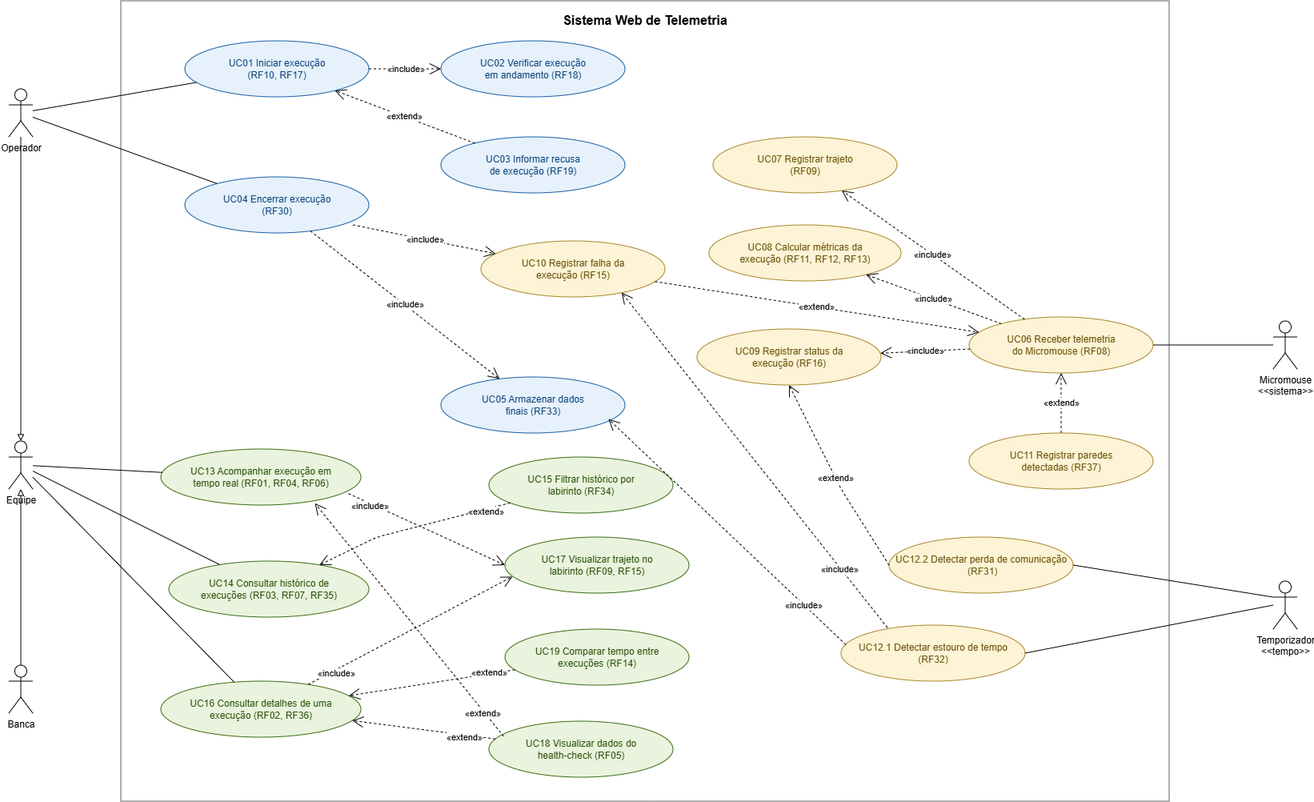
Above: docs/figs/diagrama-casos-de-uso-Sistema-Web-de-Telemetria.png in fcte-pi1/2026_2_PI1_Grupo01_Juliana (draw.io), before the change. Source tidied: cells renumbered, new cells last; positions are measured from the earlier drawing's top-left corner, leaving out a move shared by most shapes.
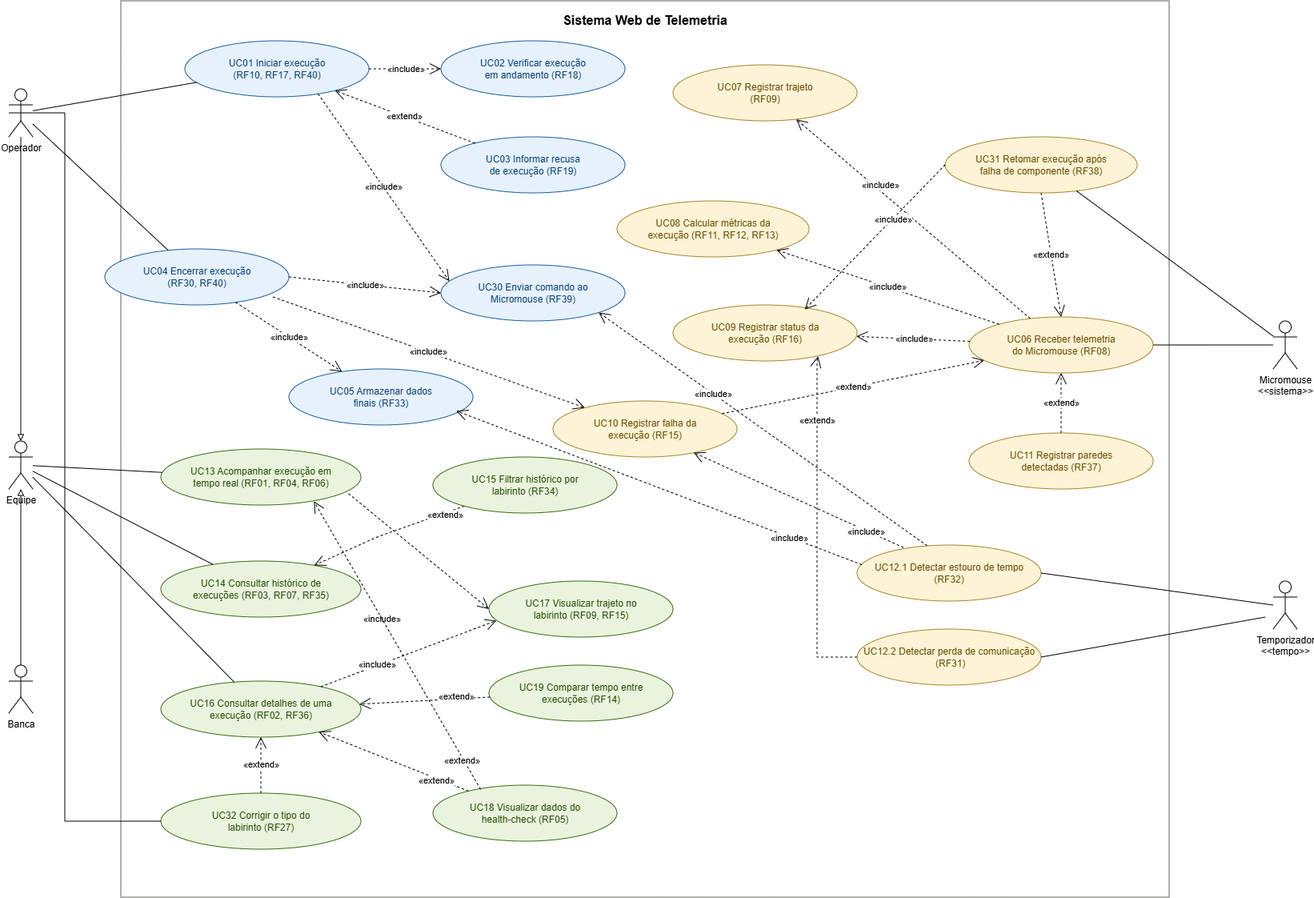
After the change.

Commit message:
docs: atualizar diagrama de casos de uso com os RF38 a RF42

The edit, as a diff of the source:
```diff
@@ -3,7 +3,7 @@
     <mxCell id="0" />
     <mxCell id="1" parent="0" />
     <mxCell id="2" value="Sistema Web de Telemetria" style="rounded=0;whiteSpace=wrap;html=1;fillColor=none;verticalAlign=top;fontStyle=1;fontSize=16;spacingTop=8;strokeColor=#5F5E5A;" parent="1" vertex="1">
-      <mxGeometry x="140" width="1310" height="1000" as="geometry" />
+      <mxGeometry x="140" width="1310" height="1120" as="geometry" />
     </mxCell>
     <mxCell id="3" value="Operador" style="shape=umlActor;verticalLabelPosition=bottom;verticalAlign=top;html=1;outlineConnect=0;" parent="1" vertex="1">
       <mxGeometry y="110" width="30" height="60" as="geometry" />
@@ -17,7 +17,7 @@
     <mxCell id="6" value="Micromouse&lt;br&gt;&amp;lt;&amp;lt;sistema&amp;gt;&amp;gt;" style="shape=umlActor;verticalLabelPosition=bottom;verticalAlign=top;html=1;outlineConnect=0;" parent="1" vertex="1">
       <mxGeometry x="1580" y="400" width="30" height="60" as="geometry" />
     </mxCell>
-    <mxCell id="7" value="UC01 Iniciar execução&lt;br&gt;(RF10, RF17)" style="ellipse;whiteSpace=wrap;html=1;fillColor=#E6F1FB;strokeColor=#185FA5;fontColor=#0C447C;fontSize=12;" parent="1" vertex="1">
+    <mxCell id="7" value="UC01 Iniciar execução&lt;br&gt;(RF10, RF17, RF40)" style="ellipse;whiteSpace=wrap;html=1;fillColor=#E6F1FB;strokeColor=#185FA5;fontColor=#0C447C;fontSize=12;" parent="1" vertex="1">
       <mxGeometry x="220" y="50" width="230" height="70" as="geometry" />
     </mxCell>
     <mxCell id="8" value="UC02 Verificar execução&lt;br&gt;em andamento (RF18)" style="ellipse;whiteSpace=wrap;html=1;fillColor=#E6F1FB;strokeColor=#185FA5;fontColor=#0C447C;fontSize=12;" parent="1" vertex="1">
@@ -26,26 +26,32 @@
     <mxCell id="9" value="UC03 Informar recusa&lt;br&gt;de execução (RF19)" style="ellipse;whiteSpace=wrap;html=1;fillColor=#E6F1FB;strokeColor=#185FA5;fontColor=#0C447C;fontSize=12;" parent="1" vertex="1">
       <mxGeometry x="540" y="170" width="230" height="70" as="geometry" />
     </mxCell>
-    <mxCell id="10" value="UC04 Encerrar execução&lt;br&gt;(RF30)" style="ellipse;whiteSpace=wrap;html=1;fillColor=#E6F1FB;strokeColor=#185FA5;fontColor=#0C447C;fontSize=12;" parent="1" vertex="1">
-      <mxGeometry x="220" y="220" width="230" height="70" as="geometry" />
+    <mxCell id="10" value="UC04 Encerrar execução&lt;br&gt;(RF30, RF40)" style="ellipse;whiteSpace=wrap;html=1;fillColor=#E6F1FB;strokeColor=#185FA5;fontColor=#0C447C;fontSize=12;" parent="1" vertex="1">
+      <mxGeometry x="120" y="310" width="230" height="70" as="geometry" />
     </mxCell>
+    <mxCell id="58" value="UC30 Enviar comando ao&lt;br&gt;Micromouse (RF39)" style="ellipse;whiteSpace=wrap;html=1;fillColor=#E6F1FB;strokeColor=#185FA5;fontColor=#0C447C;fontSize=12;" parent="1" vertex="1">
+      <mxGeometry x="540" y="330" width="230" height="70" as="geometry" />
+    </mxCell>
     <mxCell id="11" value="UC05 Armazenar dados&lt;br&gt;finais (RF33)" style="ellipse;whiteSpace=wrap;html=1;fillColor=#E6F1FB;strokeColor=#185FA5;fontColor=#0C447C;fontSize=12;" parent="1" vertex="1">
-      <mxGeometry x="540" y="470" width="230" height="70" as="geometry" />
+      <mxGeometry x="350" y="460" width="230" height="70" as="geometry" />
     </mxCell>
     <mxCell id="12" value="UC06 Receber telemetria&lt;br&gt;do Micromouse (RF08)" style="ellipse;whiteSpace=wrap;html=1;fillColor=#FDF3D6;strokeColor=#A8862B;fontColor=#6B5307;fontSize=12;" parent="1" vertex="1">
       <mxGeometry x="1200" y="395" width="230" height="70" as="geometry" />
     </mxCell>
+    <mxCell id="59" value="UC31 Retomar execução após&lt;br&gt;falha de componente (RF38)" style="ellipse;whiteSpace=wrap;html=1;fillColor=#FDF3D6;strokeColor=#A8862B;fontColor=#6B5307;fontSize=12;" parent="1" vertex="1">
+      <mxGeometry x="1170" y="170" width="240" height="70" as="geometry" />
+    </mxCell>
     <mxCell id="13" value="UC07 Registrar trajeto&lt;br&gt;(RF09)" style="ellipse;whiteSpace=wrap;html=1;fillColor=#FDF3D6;strokeColor=#A8862B;fontColor=#6B5307;fontSize=12;" parent="1" vertex="1">
-      <mxGeometry x="880" y="170" width="230" height="70" as="geometry" />
+      <mxGeometry x="830" y="80" width="230" height="70" as="geometry" />
     </mxCell>
     <mxCell id="14" value="UC08 Calcular métricas da&lt;br&gt;execução (RF11, RF12, RF13)" style="ellipse;whiteSpace=wrap;html=1;fillColor=#FDF3D6;strokeColor=#A8862B;fontColor=#6B5307;fontSize=12;" parent="1" vertex="1">
-      <mxGeometry x="875" y="280" width="240" height="70" as="geometry" />
+      <mxGeometry x="760" y="250" width="240" height="70" as="geometry" />
     </mxCell>
     <mxCell id="15" value="UC09 Registrar status da&lt;br&gt;execução (RF16)" style="ellipse;whiteSpace=wrap;html=1;fillColor=#FDF3D6;strokeColor=#A8862B;fontColor=#6B5307;fontSize=12;" parent="1" vertex="1">
-      <mxGeometry x="860" y="410" width="230" height="70" as="geometry" />
+      <mxGeometry x="830" y="380" width="230" height="70" as="geometry" />
     </mxCell>
     <mxCell id="16" value="UC10 Registrar falha da&lt;br&gt;execução (RF15)" style="ellipse;whiteSpace=wrap;html=1;fillColor=#FDF3D6;strokeColor=#A8862B;fontColor=#6B5307;fontSize=12;" parent="1" vertex="1">
-      <mxGeometry x="590" y="300" width="230" height="70" as="geometry" />
+      <mxGeometry x="680" y="500" width="230" height="70" as="geometry" />
     </mxCell>
     <mxCell id="17" value="UC11 Registrar paredes&lt;br&gt;detectadas (RF37)" style="ellipse;whiteSpace=wrap;html=1;fillColor=#FDF3D6;strokeColor=#A8862B;fontColor=#6B5307;fontSize=12;" parent="1" vertex="1">
       <mxGeometry x="1200" y="540" width="230" height="70" as="geometry" />
@@ -54,22 +60,25 @@
       <mxGeometry x="190" y="560" width="250" height="70" as="geometry" />
     </mxCell>
     <mxCell id="19" value="UC14 Consultar histórico de&lt;br&gt;execuções (RF03, RF07, RF35)" style="ellipse;whiteSpace=wrap;html=1;fillColor=#EAF3DE;strokeColor=#3B6D11;fontColor=#2A5108;fontSize=12;" parent="1" vertex="1">
-      <mxGeometry x="200" y="700" width="250" height="70" as="geometry" />
+      <mxGeometry x="190" y="700" width="250" height="70" as="geometry" />
     </mxCell>
     <mxCell id="20" value="UC15 Filtrar histórico por&lt;br&gt;labirinto (RF34)" style="ellipse;whiteSpace=wrap;html=1;fillColor=#EAF3DE;strokeColor=#3B6D11;fontColor=#2A5108;fontSize=12;" parent="1" vertex="1">
-      <mxGeometry x="600" y="570" width="230" height="70" as="geometry" />
+      <mxGeometry x="530" y="570" width="230" height="70" as="geometry" />
     </mxCell>
     <mxCell id="21" value="UC16 Consultar detalhes de uma&lt;br&gt;execução (RF02, RF36)" style="ellipse;whiteSpace=wrap;html=1;fillColor=#EAF3DE;strokeColor=#3B6D11;fontColor=#2A5108;fontSize=12;" parent="1" vertex="1">
       <mxGeometry x="190" y="850" width="250" height="70" as="geometry" />
     </mxCell>
+    <mxCell id="60" value="UC32 Corrigir o tipo do&lt;br&gt;labirinto (RF27)" style="ellipse;whiteSpace=wrap;html=1;fillColor=#EAF3DE;strokeColor=#3B6D11;fontColor=#2A5108;fontSize=12;" parent="1" vertex="1">
+      <mxGeometry x="190" y="990" width="250" height="70" as="geometry" />
+    </mxCell>
     <mxCell id="22" value="UC17 Visualizar trajeto no&lt;br&gt;labirinto (RF09, RF15)" style="ellipse;whiteSpace=wrap;html=1;fillColor=#EAF3DE;strokeColor=#3B6D11;fontColor=#2A5108;fontSize=12;" parent="1" vertex="1">
-      <mxGeometry x="620" y="670" width="230" height="70" as="geometry" />
+      <mxGeometry x="600" y="725" width="230" height="70" as="geometry" />
     </mxCell>
     <mxCell id="23" value="UC18 Visualizar dados do&lt;br&gt;health-check (RF05)" style="ellipse;whiteSpace=wrap;html=1;fillColor=#EAF3DE;strokeColor=#3B6D11;fontColor=#2A5108;fontSize=12;" parent="1" vertex="1">
-      <mxGeometry x="600" y="900" width="230" height="70" as="geometry" />
+      <mxGeometry x="530" y="980" width="230" height="70" as="geometry" />
     </mxCell>
     <mxCell id="24" value="UC19 Comparar tempo entre&lt;br&gt;execuções (RF14)" style="ellipse;whiteSpace=wrap;html=1;fillColor=#EAF3DE;strokeColor=#3B6D11;fontColor=#2A5108;fontSize=12;" parent="1" vertex="1">
-      <mxGeometry x="620" y="785" width="230" height="70" as="geometry" />
+      <mxGeometry x="600" y="830" width="230" height="70" as="geometry" />
     </mxCell>
     <mxCell id="25" style="endArrow=none;html=1;edgeStyle=none;" parent="1" edge="1" source="3" target="7">
       <mxGeometry relative="1" as="geometry" />
@@ -89,6 +98,17 @@
     <mxCell id="30" style="endArrow=none;html=1;edgeStyle=none;" parent="1" edge="1" source="6" target="12">
       <mxGeometry relative="1" as="geometry" />
     </mxCell>
+    <mxCell id="61" style="endArrow=none;html=1;edgeStyle=none;" parent="1" edge="1" source="6" target="59">
+      <mxGeometry relative="1" as="geometry" />
+    </mxCell>
+    <mxCell id="62" style="endArrow=none;html=1;edgeStyle=orthogonalEdgeStyle;rounded=0;exitX=0;exitY=0.5;exitDx=0;exitDy=0;entryX=0;entryY=0.5;entryDx=0;entryDy=0;" parent="1" edge="1" source="3" target="60">
+      <mxGeometry relative="1" as="geometry">
+        <Array as="points">
+          <mxPoint x="70" y="140" />
+          <mxPoint x="70" y="1025" />
+        </Array>
+      </mxGeometry>
+    </mxCell>
     <mxCell id="31" style="endArrow=block;endFill=0;html=1;edgeStyle=none;" parent="1" edge="1" source="5" target="4">
       <mxGeometry relative="1" as="geometry" />
     </mxCell>
@@ -101,8 +121,17 @@
     <mxCell id="34" value="«include»" style="endArrow=open;endSize=12;dashed=1;html=1;edgeStyle=none;fontSize=11;" parent="1" edge="1" source="10" target="11">
       <mxGeometry relative="1" as="geometry" />
     </mxCell>
+    <mxCell id="63" value="«include»" style="endArrow=open;endSize=12;dashed=1;html=1;edgeStyle=none;fontSize=11;exitX=0.75;exitY=1;exitDx=0;exitDy=0;entryX=0;entryY=0.25;entryDx=0;entryDy=0;" parent="1" edge="1" source="7" target="58">
+      <mxGeometry relative="1" as="geometry" />
+    </mxCell>
+    <mxCell id="64" value="«include»" style="endArrow=open;endSize=12;dashed=1;html=1;edgeStyle=none;fontSize=11;exitX=1;exitY=0.5;exitDx=0;exitDy=0;entryX=0;entryY=0.5;entryDx=0;entryDy=0;" parent="1" edge="1" source="10" target="58">
+      <mxGeometry relative="1" as="geometry" />
+    </mxCell>
+    <mxCell id="65" value="«include»" style="endArrow=open;endSize=12;dashed=1;html=1;rounded=0;fontSize=11;exitX=0.381;exitY=0.013;exitDx=0;exitDy=0;entryX=1;entryY=1;entryDx=0;entryDy=0;exitPerimeter=0;strokeColor=default;" parent="1" edge="1" source="51" target="58">
+      <mxGeometry x="0.31" relative="1" as="geometry" />
+    </mxCell>
     <mxCell id="35" value="«include»" style="endArrow=open;endSize=12;dashed=1;html=1;edgeStyle=none;fontSize=11;" parent="1" edge="1" source="12" target="13">
-      <mxGeometry relative="1" as="geometry" />
+      <mxGeometry x="0.3" y="-6" relative="1" as="geometry" />
     </mxCell>
     <mxCell id="36" value="«include»" style="endArrow=open;endSize=12;dashed=1;html=1;edgeStyle=none;fontSize=11;" parent="1" edge="1" source="12" target="14">
       <mxGeometry relative="1" as="geometry" />
@@ -110,6 +139,12 @@
     <mxCell id="37" value="«include»" style="endArrow=open;endSize=12;dashed=1;html=1;edgeStyle=none;fontSize=11;" parent="1" edge="1" source="12" target="15">
       <mxGeometry relative="1" as="geometry" />
     </mxCell>
+    <mxCell id="66" value="«extend»" style="endArrow=open;endSize=12;dashed=1;html=1;edgeStyle=none;fontSize=11;exitX=0.5;exitY=1;exitDx=0;exitDy=0;entryX=0.5;entryY=0;entryDx=0;entryDy=0;" parent="1" edge="1" source="59" target="12">
+      <mxGeometry relative="1" as="geometry" />
+    </mxCell>
+    <mxCell id="67" value="«include»" style="endArrow=open;endSize=12;dashed=1;html=1;rounded=0;fontSize=11;exitX=0;exitY=0.5;exitDx=0;exitDy=0;entryX=0.716;entryY=0.08;entryDx=0;entryDy=0;entryPerimeter=0;" parent="1" edge="1" source="59" target="15">
+      <mxGeometry x="-0.25" y="1" relative="1" as="geometry" />
+    </mxCell>
     <mxCell id="38" value="«extend»" style="endArrow=open;endSize=12;dashed=1;html=1;edgeStyle=none;fontSize=11;" parent="1" edge="1" source="16" target="12">
       <mxGeometry relative="1" as="geometry" />
     </mxCell>
@@ -124,25 +159,26 @@
       </mxGeometry>
     </mxCell>
     <mxCell id="41" value="«include»" style="endArrow=open;endSize=12;dashed=1;html=1;edgeStyle=none;fontSize=11;entryX=0.041;entryY=0.705;entryDx=0;entryDy=0;entryPerimeter=0;" parent="1" edge="1" source="21" target="22">
-      <mxGeometry x="-0.73" y="-4" relative="1" as="geometry">
-        <mxPoint y="1" as="offset" />
-      </mxGeometry>
+      <mxGeometry x="-0.36" y="1" relative="1" as="geometry" />
     </mxCell>
     <mxCell id="42" value="«extend»" style="endArrow=open;endSize=12;dashed=1;html=1;edgeStyle=none;fontSize=11;" parent="1" edge="1" source="23" target="21">
       <mxGeometry x="-0.58" y="3" relative="1" as="geometry" />
     </mxCell>
     <mxCell id="43" value="«extend»" style="endArrow=open;endSize=12;dashed=1;html=1;edgeStyle=none;fontSize=11;" parent="1" edge="1" source="24" target="21">
-      <mxGeometry x="-0.69" y="-1" relative="1" as="geometry" />
+      <mxGeometry x="-0.49" y="-3" relative="1" as="geometry" />
     </mxCell>
+    <mxCell id="68" value="«extend»" style="endArrow=open;endSize=12;dashed=1;html=1;edgeStyle=none;fontSize=11;exitX=0.5;exitY=0;exitDx=0;exitDy=0;entryX=0.5;entryY=1;entryDx=0;entryDy=0;" parent="1" edge="1" source="60" target="21">
+      <mxGeometry relative="1" as="geometry" />
+    </mxCell>
     <mxCell id="44" style="endArrow=open;endSize=12;dashed=1;html=1;edgeStyle=none;fontSize=11;exitX=0.938;exitY=0.796;exitDx=0;exitDy=0;exitPerimeter=0;entryX=0;entryY=0.5;entryDx=0;entryDy=0;" parent="1" edge="1" source="18" target="22">
       <mxGeometry relative="1" as="geometry" />
     </mxCell>
     <mxCell id="45" value="«include»" style="edgeLabel;html=1;align=center;verticalAlign=middle;" parent="44" vertex="1">
       <mxGeometry x="0.58" relative="1" as="geometry">
-        <mxPoint x="-129" y="-56" as="offset" />
+        <mxPoint x="-98" y="41" as="offset" />
       </mxGeometry>
     </mxCell>
-    <mxCell id="46" style="endArrow=open;endSize=12;dashed=1;html=1;edgeStyle=none;fontSize=11;exitX=0.08;exitY=0.271;exitDx=0;exitDy=0;exitPerimeter=0;entryX=0.77;entryY=0.969;entryDx=0;entryDy=0;entryPerimeter=0;" parent="1" edge="1" source="23" target="18">
+    <mxCell id="46" style="endArrow=open;endSize=12;dashed=1;html=1;edgeStyle=none;fontSize=11;exitX=0.259;exitY=0.076;exitDx=0;exitDy=0;exitPerimeter=0;entryX=0.765;entryY=0.933;entryDx=0;entryDy=0;entryPerimeter=0;" parent="1" edge="1" source="23" target="18">
       <mxGeometry x="0.16" y="-8" relative="1" as="geometry" />
     </mxCell>
     <mxCell id="47" value="«extend»" style="edgeLabel;html=1;align=center;verticalAlign=middle;" parent="46" vertex="1">
@@ -160,18 +196,20 @@
       <mxGeometry x="1580" y="725" width="30" height="60" as="geometry" />
     </mxCell>
     <mxCell id="51" value="UC12.1 Detectar estouro de tempo &lt;br&gt;(RF32)" style="ellipse;whiteSpace=wrap;html=1;fillColor=#FDF3D6;strokeColor=#A8862B;fontColor=#6B5307;fontSize=12;" parent="1" vertex="1">
-      <mxGeometry x="1040" y="780" width="230" height="70" as="geometry" />
+      <mxGeometry x="1060" y="680" width="230" height="70" as="geometry" />
     </mxCell>
     <mxCell id="52" value="UC12.2 Detectar perda de comunicação&lt;br&gt;&amp;nbsp;(RF31)" style="ellipse;whiteSpace=wrap;html=1;fillColor=#FDF3D6;strokeColor=#A8862B;fontColor=#6B5307;fontSize=12;" parent="1" vertex="1">
-      <mxGeometry x="1100" y="670" width="230" height="70" as="geometry" />
+      <mxGeometry x="1060" y="785" width="230" height="70" as="geometry" />
     </mxCell>
     <mxCell id="53" style="endArrow=none;html=1;edgeStyle=none;entryX=1;entryY=0.5;entryDx=0;entryDy=0;" parent="1" edge="1" target="51">
       <mxGeometry relative="1" as="geometry">
         <mxPoint x="1580" y="755" as="sourcePoint" />
       </mxGeometry>
     </mxCell>
-    <mxCell id="54" style="endArrow=none;html=1;edgeStyle=none;entryX=1;entryY=0.5;entryDx=0;entryDy=0;exitX=0;exitY=0.3333333333333333;exitDx=0;exitDy=0;exitPerimeter=0;" parent="1" edge="1" source="50" target="52">
-      <mxGeometry relative="1" as="geometry" />
+    <mxCell id="54" style="endArrow=none;html=1;edgeStyle=none;entryX=1;entryY=0.5;entryDx=0;entryDy=0;" parent="1" edge="1" target="52">
+      <mxGeometry relative="1" as="geometry">
+        <mxPoint x="1570" y="770" as="sourcePoint" />
+      </mxGeometry>
     </mxCell>
     <mxCell id="55" value="«include»" style="endArrow=open;endSize=12;dashed=1;html=1;edgeStyle=none;fontSize=11;exitX=0.252;exitY=0.045;exitDx=0;exitDy=0;exitPerimeter=0;entryX=0.764;entryY=0.921;entryDx=0;entryDy=0;entryPerimeter=0;" parent="1" edge="1" source="51" target="16">
       <mxGeometry x="-0.65" y="1" relative="1" as="geometry" />
@@ -179,11 +217,12 @@
     <mxCell id="56" value="«include»" style="endArrow=open;endSize=12;dashed=1;html=1;edgeStyle=none;fontSize=11;entryX=0.91;entryY=0.75;entryDx=0;entryDy=0;entryPerimeter=0;exitX=0.026;exitY=0.35;exitDx=0;exitDy=0;exitPerimeter=0;" parent="1" edge="1" source="51" target="11">
       <mxGeometry x="-0.65" y="1" relative="1" as="geometry" />
     </mxCell>
-    <mxCell id="57" value="«extend»" style="endArrow=open;endSize=12;dashed=1;html=1;edgeStyle=none;fontSize=11;exitX=0;exitY=0.5;exitDx=0;exitDy=0;entryX=0.5;entryY=1;entryDx=0;entryDy=0;" parent="1" edge="1" source="52" target="15">
-      <mxGeometry relative="1" as="geometry">
+    <mxCell id="57" value="«extend»" style="endArrow=open;endSize=12;dashed=1;html=1;edgeStyle=orthogonalEdgeStyle;rounded=0;fontSize=11;exitX=0;exitY=0.5;exitDx=0;exitDy=0;entryX=0.788;entryY=0.915;entryDx=0;entryDy=0;entryPerimeter=0;" parent="1" edge="1" source="52" target="15">
+      <mxGeometry x="0.62" relative="1" as="geometry">
         <Array as="points">
-          <mxPoint x="1040" y="610" />
-          <mxPoint x="990" y="510" />
+          <mxPoint x="1010" y="820" />
+          <mxPoint x="1010" y="450" />
+          <mxPoint x="1011.2" y="450" />
         </Array>
       </mxGeometry>
     </mxCell>
```
